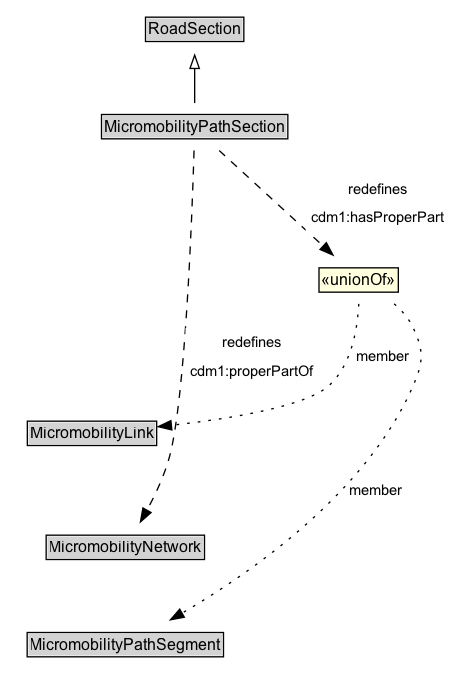
Earlier version of the Graphviz export docs/diagrams/MicromobilityPathSection.dot.png (ISO-TC204/ontology-cdm-p3-v1). Its source is kept beside it as docs/diagrams/MicromobilityPathSection.dot.
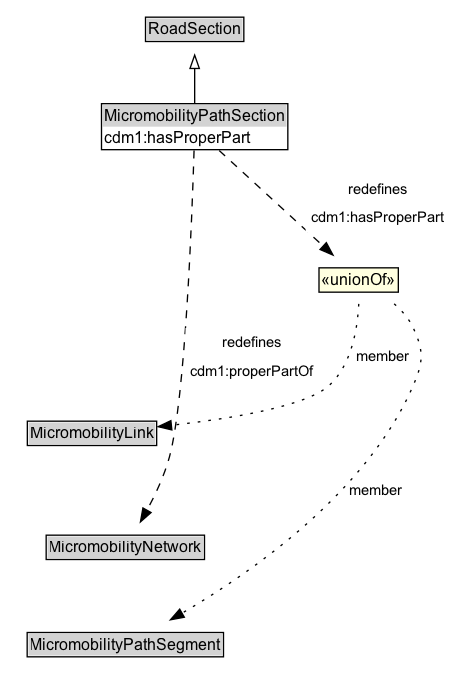
Above is the later version.

Diff of the diagram source:
```diff
@@ -6,7 +6,7 @@
 		rank=source
 		RoadSection [label=<<TABLE BORDER="1" CELLBORDER="0" CELLSPACING="0" CELLPADDING="1"><TR><TD BGCOLOR="lightgray" ALIGN="CENTER">RoadSection</TD></TR></TABLE>> URL="../RoadSection" margin=0]
 	}
-	MicromobilityPathSection [label=<<TABLE BORDER="1" CELLBORDER="0" CELLSPACING="0" CELLPADDING="1"><TR><TD BGCOLOR="lightgray" ALIGN="CENTER">MicromobilityPathSection</TD></TR></TABLE>> URL="../MicromobilityPathSection" margin=0]
+	MicromobilityPathSection [label=<<TABLE BORDER="1" CELLBORDER="0" CELLSPACING="0" CELLPADDING="1"><TR><TD BGCOLOR="lightgray" ALIGN="CENTER">MicromobilityPathSection</TD></TR><TR><TD ALIGN="LEFT">cdm1:hasProperPart</TD></TR></TABLE>> URL="../MicromobilityPathSection" margin=0]
 	{
 		rank=max
 	}
@@ -22,12 +22,12 @@
 	Invis -> MicromobilityLink [style=invis]
 	MicromobilityLink -> MicromobilityNetwork [style=invis]
 	MicromobilityNetwork -> MicromobilityPathSegment [style=invis]
+	n08b901a28ea24e5d929e965f217f15e3b20 [label=<<TABLE BORDER="1" CELLBORDER="0" CELLSPACING="0" CELLPADDING="1" BGCOLOR="lightyellow"><TR><TD ALIGN="CENTER">«unionOf»</TD></TR></TABLE>> margin=0]
+	MicromobilityLink [label=<<TABLE BORDER="1" CELLBORDER="0" CELLSPACING="0" CELLPADDING="1"><TR><TD BGCOLOR="lightgray" ALIGN="CENTER">MicromobilityLink</TD></TR></TABLE>> URL="../MicromobilityLink" margin=0]
+	n08b901a28ea24e5d929e965f217f15e3b20 -> MicromobilityLink [label=member arrowhead=normal style=dotted]
+	MicromobilityPathSegment [label=<<TABLE BORDER="1" CELLBORDER="0" CELLSPACING="0" CELLPADDING="1"><TR><TD BGCOLOR="lightgray" ALIGN="CENTER">MicromobilityPathSegment</TD></TR></TABLE>> URL="../MicromobilityPathSegment" margin=0]
+	n08b901a28ea24e5d929e965f217f15e3b20 -> MicromobilityPathSegment [label=member arrowhead=normal style=dotted]
+	MicromobilityPathSection -> n08b901a28ea24e5d929e965f217f15e3b20 [label=<<TABLE BORDER="0" CELLBORDER="0" CELLSPACING="0" CELLPADDING="4" BGCOLOR="white"><TR><TD ALIGN="CENTER">redefines</TD></TR><TR><TD ALIGN="CENTER">cdm1:hasProperPart</TD></TR></TABLE>> arrowhead=normal style=dashed]
 	MicromobilityNetwork [label=<<TABLE BORDER="1" CELLBORDER="0" CELLSPACING="0" CELLPADDING="1"><TR><TD BGCOLOR="lightgray" ALIGN="CENTER">MicromobilityNetwork</TD></TR></TABLE>> URL="../MicromobilityNetwork" margin=0]
 	MicromobilityPathSection -> MicromobilityNetwork [label=<<TABLE BORDER="0" CELLBORDER="0" CELLSPACING="0" CELLPADDING="4" BGCOLOR="white"><TR><TD ALIGN="CENTER">redefines</TD></TR><TR><TD ALIGN="CENTER">cdm1:properPartOf</TD></TR></TABLE>> arrowhead=normal style=dashed]
-	n357fc98d4b3b4002a740b57da5623563b21 [label=<<TABLE BORDER="1" CELLBORDER="0" CELLSPACING="0" CELLPADDING="1" BGCOLOR="lightyellow"><TR><TD ALIGN="CENTER">«unionOf»</TD></TR></TABLE>> margin=0]
-	MicromobilityLink [label=<<TABLE BORDER="1" CELLBORDER="0" CELLSPACING="0" CELLPADDING="1"><TR><TD BGCOLOR="lightgray" ALIGN="CENTER">MicromobilityLink</TD></TR></TABLE>> URL="../MicromobilityLink" margin=0]
-	n357fc98d4b3b4002a740b57da5623563b21 -> MicromobilityLink [label=member arrowhead=normal style=dotted]
-	MicromobilityPathSegment [label=<<TABLE BORDER="1" CELLBORDER="0" CELLSPACING="0" CELLPADDING="1"><TR><TD BGCOLOR="lightgray" ALIGN="CENTER">MicromobilityPathSegment</TD></TR></TABLE>> URL="../MicromobilityPathSegment" margin=0]
-	n357fc98d4b3b4002a740b57da5623563b21 -> MicromobilityPathSegment [label=member arrowhead=normal style=dotted]
-	MicromobilityPathSection -> n357fc98d4b3b4002a740b57da5623563b21 [label=<<TABLE BORDER="0" CELLBORDER="0" CELLSPACING="0" CELLPADDING="4" BGCOLOR="white"><TR><TD ALIGN="CENTER">redefines</TD></TR><TR><TD ALIGN="CENTER">cdm1:hasProperPart</TD></TR></TABLE>> arrowhead=normal style=dashed]
 }
```
